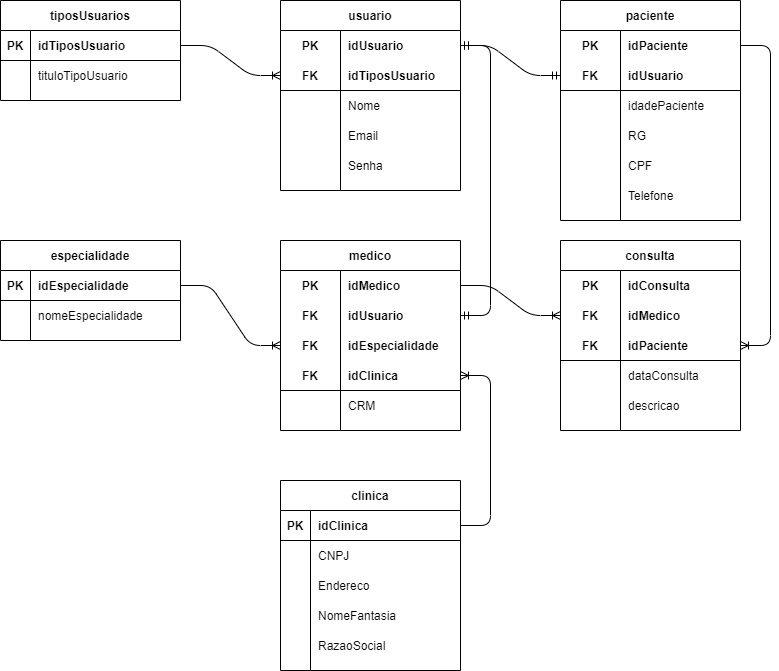
The draw.io diagram SP.Med_Group/SP.Med_Group_Modelagens-Lógico.png in Alan-Santos07/2021_1S_2DT, before a commit. Source tidied: cells renumbered, new cells last; positions are measured from the earlier drawing's top-left corner, leaving out a move shared by most shapes.
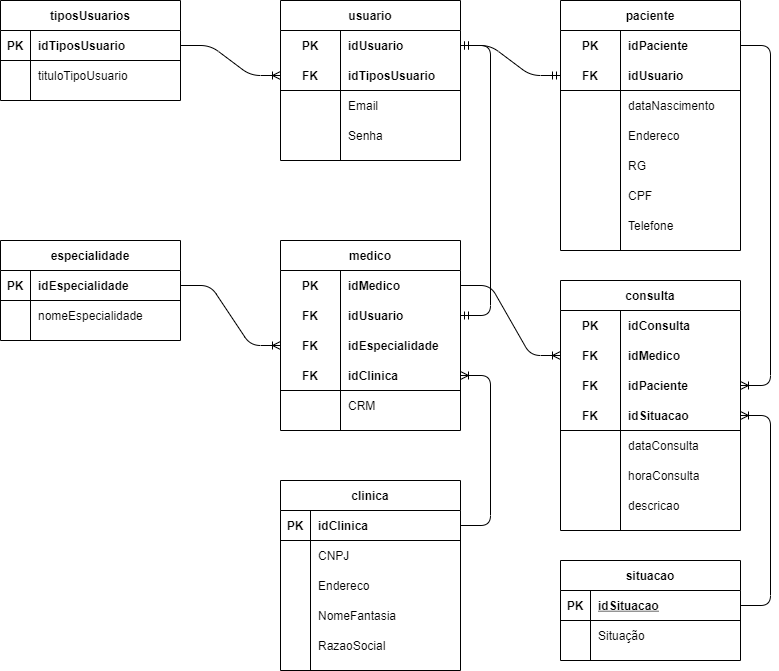
The same diagram one commit later.

Change to the diagram source:
```diff
@@ -24,7 +24,7 @@
       <mxGeometry x="30" width="150" height="30" as="geometry" />
     </mxCell>
     <mxCell id="9" value="usuario" style="shape=table;startSize=30;rowLines=0;fontStyle=1;align=center;" parent="1" vertex="1">
-      <mxGeometry x="280" width="180" height="190" as="geometry" />
+      <mxGeometry x="280" width="180" height="160" as="geometry" />
     </mxCell>
     <mxCell id="10" style="shape=partialRectangle;fillColor=none;top=0;left=0;bottom=0;right=0;points=[[0,0.5],[1,0.5]];portConstraint=eastwest;" parent="9" vertex="1">
       <mxGeometry y="30" width="180" height="30" as="geometry" />
@@ -44,17 +44,8 @@
     <mxCell id="15" value="idTiposUsuario" style="shape=partialRectangle;fillColor=none;top=0;left=0;bottom=0;right=0;align=left;spacingLeft=6;fontStyle=1;overflow=hidden;" parent="13" vertex="1">
       <mxGeometry x="60" width="120" height="30" as="geometry" />
     </mxCell>
-    <mxCell id="16" style="shape=partialRectangle;fillColor=none;top=0;left=0;bottom=0;right=0;points=[[0,0.5],[1,0.5]];portConstraint=eastwest;" parent="9" vertex="1">
-      <mxGeometry y="90" width="180" height="30" as="geometry" />
-    </mxCell>
-    <mxCell id="17" style="shape=partialRectangle;fillColor=none;top=0;left=0;bottom=0;right=0;overflow=hidden;" parent="16" vertex="1">
-      <mxGeometry width="60" height="30" as="geometry" />
-    </mxCell>
-    <mxCell id="18" value="Nome" style="shape=partialRectangle;fillColor=none;top=0;left=0;bottom=0;right=0;align=left;spacingLeft=6;overflow=hidden;" parent="16" vertex="1">
-      <mxGeometry x="60" width="120" height="30" as="geometry" />
-    </mxCell>
     <mxCell id="19" style="shape=partialRectangle;fillColor=none;top=0;left=0;bottom=0;right=0;" parent="9" vertex="1">
-      <mxGeometry y="120" width="180" height="30" as="geometry" />
+      <mxGeometry y="90" width="180" height="30" as="geometry" />
     </mxCell>
     <mxCell id="20" style="shape=partialRectangle;fillColor=none;top=0;left=0;bottom=0;right=0;overflow=hidden;" parent="19" vertex="1">
       <mxGeometry width="60" height="30" as="geometry" />
@@ -63,7 +54,7 @@
       <mxGeometry x="60" width="120" height="30" as="geometry" />
     </mxCell>
     <mxCell id="22" style="shape=partialRectangle;fillColor=none;top=0;left=0;bottom=0;right=0;" parent="9" vertex="1">
-      <mxGeometry y="150" width="180" height="30" as="geometry" />
+      <mxGeometry y="120" width="180" height="30" as="geometry" />
     </mxCell>
     <mxCell id="23" style="shape=partialRectangle;fillColor=none;top=0;left=0;bottom=0;right=0;overflow=hidden;" parent="22" vertex="1">
       <mxGeometry width="60" height="30" as="geometry" />
@@ -201,7 +192,7 @@
       <mxGeometry relative="1" as="geometry" />
     </mxCell>
     <mxCell id="68" value="paciente" style="shape=table;startSize=30;rowLines=0;fontStyle=1;align=center;" parent="1" vertex="1">
-      <mxGeometry x="560" width="180" height="220" as="geometry" />
+      <mxGeometry x="560" width="180" height="250" as="geometry" />
     </mxCell>
     <mxCell id="69" style="shape=partialRectangle;fillColor=none;top=0;left=0;bottom=0;right=0;points=[[0,0.5],[1,0.5]];portConstraint=eastwest;" parent="68" vertex="1">
       <mxGeometry y="30" width="180" height="30" as="geometry" />
@@ -227,11 +218,20 @@
     <mxCell id="76" style="shape=partialRectangle;fillColor=none;top=0;left=0;bottom=0;right=0;overflow=hidden;" parent="75" vertex="1">
       <mxGeometry width="60" height="30" as="geometry" />
     </mxCell>
-    <mxCell id="77" value="idadePaciente" style="shape=partialRectangle;fillColor=none;top=0;left=0;bottom=0;right=0;align=left;spacingLeft=6;overflow=hidden;" parent="75" vertex="1">
+    <mxCell id="77" value="dataNascimento" style="shape=partialRectangle;fillColor=none;top=0;left=0;bottom=0;right=0;align=left;spacingLeft=6;overflow=hidden;" parent="75" vertex="1">
       <mxGeometry x="60" width="120" height="30" as="geometry" />
     </mxCell>
+    <mxCell id="106" style="shape=partialRectangle;fillColor=none;top=0;left=0;bottom=0;right=0;" parent="68" vertex="1">
+      <mxGeometry y="120" width="180" height="30" as="geometry" />
+    </mxCell>
+    <mxCell id="107" style="shape=partialRectangle;fillColor=none;top=0;left=0;bottom=0;right=0;overflow=hidden;" parent="106" vertex="1">
+      <mxGeometry width="60" height="30" as="geometry" />
+    </mxCell>
+    <mxCell id="108" value="Endereco" style="shape=partialRectangle;fillColor=none;top=0;left=0;bottom=0;right=0;align=left;spacingLeft=6;overflow=hidden;" parent="106" vertex="1">
+      <mxGeometry x="60" width="120" height="30" as="geometry" />
+    </mxCell>
     <mxCell id="78" style="shape=partialRectangle;fillColor=none;top=0;left=0;bottom=0;right=0;" parent="68" vertex="1">
-      <mxGeometry y="120" width="180" height="30" as="geometry" />
+      <mxGeometry y="150" width="180" height="30" as="geometry" />
     </mxCell>
     <mxCell id="79" style="shape=partialRectangle;fillColor=none;top=0;left=0;bottom=0;right=0;overflow=hidden;" parent="78" vertex="1">
       <mxGeometry width="60" height="30" as="geometry" />
@@ -240,7 +240,7 @@
       <mxGeometry x="60" width="120" height="30" as="geometry" />
     </mxCell>
     <mxCell id="81" style="shape=partialRectangle;fillColor=none;top=0;left=0;bottom=0;right=0;" parent="68" vertex="1">
-      <mxGeometry y="150" width="180" height="30" as="geometry" />
+      <mxGeometry y="180" width="180" height="30" as="geometry" />
     </mxCell>
     <mxCell id="82" style="shape=partialRectangle;fillColor=none;top=0;left=0;bottom=0;right=0;overflow=hidden;" parent="81" vertex="1">
       <mxGeometry width="60" height="30" as="geometry" />
@@ -249,7 +249,7 @@
       <mxGeometry x="60" width="120" height="30" as="geometry" />
     </mxCell>
     <mxCell id="84" style="shape=partialRectangle;fillColor=none;top=0;left=0;bottom=0;right=0;" parent="68" vertex="1">
-      <mxGeometry y="180" width="180" height="30" as="geometry" />
+      <mxGeometry y="210" width="180" height="30" as="geometry" />
     </mxCell>
     <mxCell id="85" style="shape=partialRectangle;fillColor=none;top=0;left=0;bottom=0;right=0;overflow=hidden;" parent="84" vertex="1">
       <mxGeometry width="60" height="30" as="geometry" />
@@ -261,7 +261,7 @@
       <mxGeometry relative="1" as="geometry" />
     </mxCell>
     <mxCell id="88" value="consulta" style="shape=table;startSize=30;rowLines=0;fontStyle=1;align=center;" parent="1" vertex="1">
-      <mxGeometry x="560" y="240" width="180" height="190" as="geometry" />
+      <mxGeometry x="560" y="280" width="180" height="250" as="geometry" />
     </mxCell>
     <mxCell id="89" style="shape=partialRectangle;fillColor=none;top=0;left=0;bottom=0;right=0;" parent="88" vertex="1">
       <mxGeometry y="30" width="180" height="30" as="geometry" />
@@ -281,17 +281,26 @@
     <mxCell id="94" value="idMedico" style="shape=partialRectangle;fillColor=none;top=0;left=0;bottom=0;right=0;align=left;spacingLeft=6;fontStyle=1;overflow=hidden;" parent="92" vertex="1">
       <mxGeometry x="60" width="120" height="30" as="geometry" />
     </mxCell>
+    <mxCell id="16" style="shape=partialRectangle;fillColor=none;top=0;left=0;bottom=0;right=0;points=[[0,0.5],[1,0.5]];portConstraint=eastwest;" parent="88" vertex="1">
+      <mxGeometry y="90" width="180" height="30" as="geometry" />
+    </mxCell>
+    <mxCell id="109" value="FK" style="shape=partialRectangle;fillColor=none;top=0;left=0;bottom=0;right=0;fontStyle=1;overflow=hidden;" parent="16" vertex="1">
+      <mxGeometry width="60" height="30" as="geometry" />
+    </mxCell>
+    <mxCell id="110" value="idPaciente" style="shape=partialRectangle;fillColor=none;top=0;left=0;bottom=0;right=0;align=left;spacingLeft=6;fontStyle=1;overflow=hidden;" parent="16" vertex="1">
+      <mxGeometry x="60" width="120" height="30" as="geometry" />
+    </mxCell>
     <mxCell id="95" style="shape=partialRectangle;fillColor=none;top=0;left=0;bottom=1;right=0;points=[[0,0.5],[1,0.5]];portConstraint=eastwest;" parent="88" vertex="1">
-      <mxGeometry y="90" width="180" height="30" as="geometry" />
+      <mxGeometry y="120" width="180" height="30" as="geometry" />
     </mxCell>
     <mxCell id="96" value="FK" style="shape=partialRectangle;fillColor=none;top=0;left=0;bottom=0;right=0;fontStyle=1;overflow=hidden;" parent="95" vertex="1">
       <mxGeometry width="60" height="30" as="geometry" />
     </mxCell>
-    <mxCell id="97" value="idPaciente" style="shape=partialRectangle;fillColor=none;top=0;left=0;bottom=0;right=0;align=left;spacingLeft=6;fontStyle=1;overflow=hidden;" parent="95" vertex="1">
+    <mxCell id="97" value="idSituacao" style="shape=partialRectangle;fillColor=none;top=0;left=0;bottom=0;right=0;align=left;spacingLeft=6;fontStyle=1;overflow=hidden;" parent="95" vertex="1">
       <mxGeometry x="60" width="120" height="30" as="geometry" />
     </mxCell>
     <mxCell id="98" style="shape=partialRectangle;fillColor=none;top=0;left=0;bottom=0;right=0;" parent="88" vertex="1">
-      <mxGeometry y="120" width="180" height="30" as="geometry" />
+      <mxGeometry y="150" width="180" height="30" as="geometry" />
     </mxCell>
     <mxCell id="99" style="shape=partialRectangle;fillColor=none;top=0;left=0;bottom=0;right=0;overflow=hidden;" parent="98" vertex="1">
       <mxGeometry width="60" height="30" as="geometry" />
@@ -299,8 +308,17 @@
     <mxCell id="100" value="dataConsulta" style="shape=partialRectangle;fillColor=none;top=0;left=0;bottom=0;right=0;align=left;spacingLeft=6;overflow=hidden;" parent="98" vertex="1">
       <mxGeometry x="60" width="120" height="30" as="geometry" />
     </mxCell>
+    <mxCell id="111" style="shape=partialRectangle;fillColor=none;top=0;left=0;bottom=0;right=0;" parent="88" vertex="1">
+      <mxGeometry y="180" width="180" height="30" as="geometry" />
+    </mxCell>
+    <mxCell id="112" style="shape=partialRectangle;fillColor=none;top=0;left=0;bottom=0;right=0;overflow=hidden;" parent="111" vertex="1">
+      <mxGeometry width="60" height="30" as="geometry" />
+    </mxCell>
+    <mxCell id="113" value="horaConsulta" style="shape=partialRectangle;fillColor=none;top=0;left=0;bottom=0;right=0;align=left;spacingLeft=6;overflow=hidden;" parent="111" vertex="1">
+      <mxGeometry x="60" width="120" height="30" as="geometry" />
+    </mxCell>
     <mxCell id="101" style="shape=partialRectangle;fillColor=none;top=0;left=0;bottom=0;right=0;" parent="88" vertex="1">
-      <mxGeometry y="150" width="180" height="30" as="geometry" />
+      <mxGeometry y="210" width="180" height="30" as="geometry" />
     </mxCell>
     <mxCell id="102" style="shape=partialRectangle;fillColor=none;top=0;left=0;bottom=0;right=0;overflow=hidden;" parent="101" vertex="1">
       <mxGeometry width="60" height="30" as="geometry" />
@@ -311,8 +329,32 @@
     <mxCell id="104" style="edgeStyle=entityRelationEdgeStyle;fontSize=12;html=1;endArrow=ERoneToMany;" parent="1" edge="1" source="50" target="92">
       <mxGeometry relative="1" as="geometry" />
     </mxCell>
-    <mxCell id="105" style="edgeStyle=entityRelationEdgeStyle;fontSize=12;html=1;endArrow=ERoneToMany;exitX=1;exitY=0.5;exitDx=0;exitDy=0;entryX=1;entryY=0.5;entryDx=0;entryDy=0;" parent="1" edge="1" source="69" target="95">
+    <mxCell id="105" style="edgeStyle=entityRelationEdgeStyle;fontSize=12;html=1;endArrow=ERoneToMany;exitX=1;exitY=0.5;exitDx=0;exitDy=0;" parent="1" edge="1" source="69" target="16">
       <mxGeometry relative="1" as="geometry" />
     </mxCell>
+    <mxCell id="114" value="situacao" style="shape=table;startSize=30;rowLines=0;fontStyle=1;align=center;" parent="1" vertex="1">
+      <mxGeometry x="560" y="560" width="180" height="100" as="geometry" />
+    </mxCell>
+    <mxCell id="115" style="shape=partialRectangle;fillColor=none;top=0;left=0;bottom=1;right=0;points=[[0,0.5],[1,0.5]];portConstraint=eastwest;" parent="114" vertex="1">
+      <mxGeometry y="30" width="180" height="30" as="geometry" />
+    </mxCell>
+    <mxCell id="116" value="PK" style="shape=partialRectangle;fillColor=none;top=0;left=0;bottom=0;right=0;fontStyle=1;overflow=hidden;" parent="115" vertex="1">
+      <mxGeometry width="30" height="30" as="geometry" />
+    </mxCell>
+    <mxCell id="117" value="idSituacao" style="shape=partialRectangle;fillColor=none;top=0;left=0;bottom=0;right=0;align=left;spacingLeft=6;fontStyle=5;overflow=hidden;" parent="115" vertex="1">
+      <mxGeometry x="30" width="150" height="30" as="geometry" />
+    </mxCell>
+    <mxCell id="118" style="shape=partialRectangle;fillColor=none;top=0;left=0;bottom=0;right=0;" parent="114" vertex="1">
+      <mxGeometry y="60" width="180" height="30" as="geometry" />
+    </mxCell>
+    <mxCell id="119" style="shape=partialRectangle;fillColor=none;top=0;left=0;bottom=0;right=0;overflow=hidden;" parent="118" vertex="1">
+      <mxGeometry width="30" height="30" as="geometry" />
+    </mxCell>
+    <mxCell id="120" value="Situação" style="shape=partialRectangle;fillColor=none;top=0;left=0;bottom=0;right=0;align=left;spacingLeft=6;overflow=hidden;" parent="118" vertex="1">
+      <mxGeometry x="30" width="150" height="30" as="geometry" />
+    </mxCell>
+    <mxCell id="121" style="edgeStyle=entityRelationEdgeStyle;fontSize=12;html=1;endArrow=ERoneToMany;exitX=1;exitY=0.5;exitDx=0;exitDy=0;entryX=1;entryY=0.5;entryDx=0;entryDy=0;" parent="1" edge="1" source="115" target="95">
+      <mxGeometry relative="1" as="geometry" />
+    </mxCell>
   </root>
 </mxGraphModel>
```
